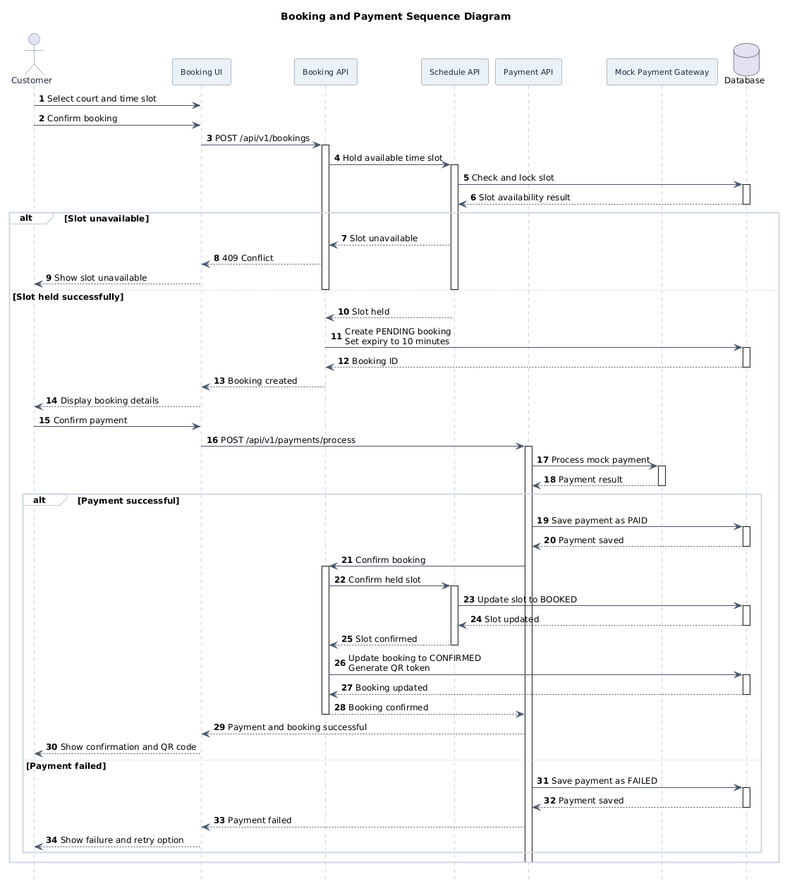
The PlantUML diagram docs/diagrams/sequence/booking_payment.png in NguyenLyBaoTran/sport-booking-courts-mobile, before a commit.
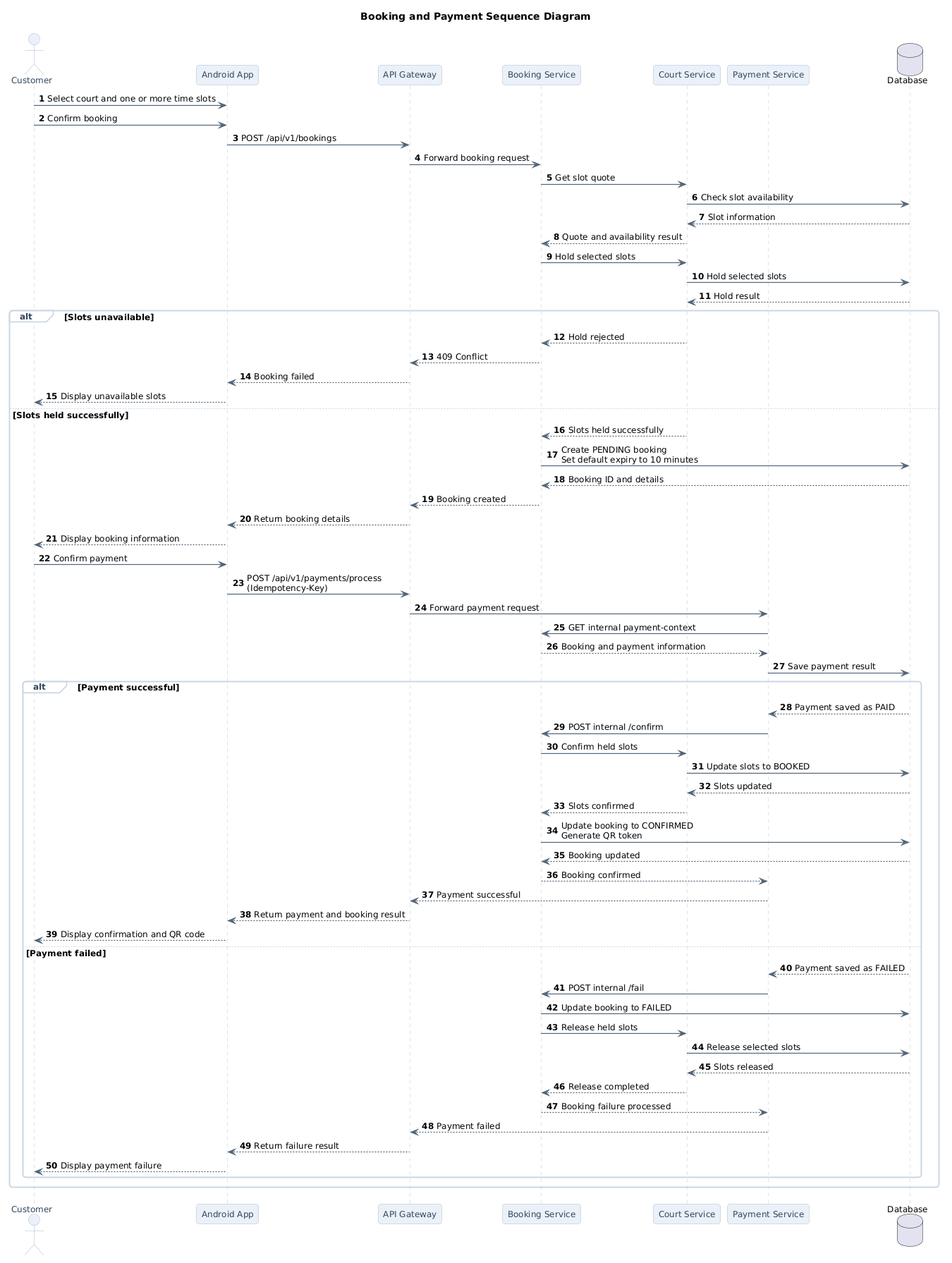
Above is the later version.

Commit message:
update usecase, sequence diagram

The edit, as a diff of the source:
```diff
@@ -1,129 +1,113 @@
 @startuml
 title Booking and Payment Sequence Diagram
 
-hide footbox
 autonumber
 
-<style>
-participant {
-    Padding 12
-    FontSize 11
-}
-database {
-    Padding 12
-    FontSize 11
-}
-</style>
-
+skinparam backgroundColor white
 skinparam shadowing false
+skinparam roundcorner 8
 skinparam defaultFontName Arial
 skinparam defaultFontSize 12
-skinparam linetype ortho
 
 skinparam sequence {
-    ArrowColor #475569
-    LifeLineBorderColor #94A3B8
+    ArrowColor #526477
+    ArrowThickness 1.2
+    LifeLineBorderColor #B8C7D9
     LifeLineBackgroundColor white
-    ParticipantBorderColor #64748B
-    ParticipantBackgroundColor #EAF2F8
-    ParticipantFontColor #1E293B
-    ParticipantFontSize 11
-    ActorBorderColor #64748B
-    ActorFontColor #1E293B
-    GroupBorderColor #CBD5E1
-    GroupBackgroundColor white
+    ParticipantBorderColor #AABBD0
+    ParticipantBackgroundColor #EAF1F8
+    ParticipantFontColor #34465A
+    ActorBorderColor #AABBD0
+    ActorBackgroundColor #EAF1F8
+    ActorFontColor #34465A
+    ActivationBorderColor #526477
+    ActivationBackgroundColor #E8EEF5
+    GroupBorderColor #C6D4E3
+    GroupBackgroundColor #F8FAFC
+    GroupHeaderFontColor #34465A
+    GroupHeaderFontStyle bold
+    DatabaseBorderColor #AABBD0
+    DatabaseBackgroundColor #F1F5F9
 }
 
 actor Customer
-participant "Booking UI" as UI
-participant "Booking API" as BA
-participant "Schedule API" as SA
-participant "Payment API" as PA
-participant "Mock Payment Gateway" as MPG
-database "Database" as DB
+participant "Android App" as App
+participant "API Gateway" as Gateway
+participant "Booking Service" as Booking
+participant "Court Service" as Court
+participant "Payment Service" as Payment
+database Database as DB
 
-Customer -> UI: Select court and time slot
-Customer -> UI: Confirm booking
+Customer -> App: Select court and one or more time slots
+Customer -> App: Confirm booking
 
-UI -> BA: POST /api/v1/bookings
-activate BA
+App -> Gateway: POST /api/v1/bookings
+Gateway -> Booking: Forward booking request
 
-BA -> SA: Hold available time slot
-activate SA
-SA -> DB: Check and lock slot
-activate DB
-DB --> SA: Slot availability result
-deactivate DB
+Booking -> Court: Get slot quote
+Court -> DB: Check slot availability
+DB --> Court: Slot information
+Court --> Booking: Quote and availability result
 
-alt Slot unavailable
-    SA --> BA: Slot unavailable
-    BA --> UI: 409 Conflict
-    UI --> Customer: Show slot unavailable
-    deactivate SA
-    deactivate BA
+Booking -> Court: Hold selected slots
+Court -> DB: Hold selected slots
+DB --> Court: Hold result
 
-else Slot held successfully
-    SA --> BA: Slot held
-    deactivate SA
+alt Slots unavailable
+    Court --> Booking: Hold rejected
+    Booking --> Gateway: 409 Conflict
+    Gateway --> App: Booking failed
+    App --> Customer: Display unavailable slots
 
-    BA -> DB: Create PENDING booking\nSet expiry to 10 minutes
-    activate DB
-    DB --> BA: Booking ID
-    deactivate DB
+else Slots held successfully
+    Court --> Booking: Slots held successfully
+    Booking -> DB: Create PENDING booking\nSet default expiry to 10 minutes
+    DB --> Booking: Booking ID and details
 
-    BA --> UI: Booking created
-    deactivate BA
+    Booking --> Gateway: Booking created
+    Gateway --> App: Return booking details
+    App --> Customer: Display booking information
 
-    UI --> Customer: Display booking details
-    Customer -> UI: Confirm payment
+    Customer -> App: Confirm payment
+    App -> Gateway: POST /api/v1/payments/process\n(Idempotency-Key)
+    Gateway -> Payment: Forward payment request
 
-    UI -> PA: POST /api/v1/payments/process
-    activate PA
+    Payment -> Booking: GET internal payment-context
+    Booking --> Payment: Booking and payment information
 
-    PA -> MPG: Process mock payment
-    activate MPG
-    MPG --> PA: Payment result
-    deactivate MPG
+    Payment -> DB: Save payment result
 
     alt Payment successful
-        PA -> DB: Save payment as PAID
-        activate DB
-        DB --> PA: Payment saved
-        deactivate DB
+        DB --> Payment: Payment saved as PAID
 
-        PA -> BA: Confirm booking
-        activate BA
+        Payment -> Booking: POST internal /confirm
+        Booking -> Court: Confirm held slots
+        Court -> DB: Update slots to BOOKED
+        DB --> Court: Slots updated
+        Court --> Booking: Slots confirmed
 
-        BA -> SA: Confirm held slot
-        activate SA
-        SA -> DB: Update slot to BOOKED
-        activate DB
-        DB --> SA: Slot updated
-        deactivate DB
-        SA --> BA: Slot confirmed
-        deactivate SA
+        Booking -> DB: Update booking to CONFIRMED\nGenerate QR token
+        DB --> Booking: Booking updated
 
-        BA -> DB: Update booking to CONFIRMED\nGenerate QR token
-        activate DB
-        DB --> BA: Booking updated
-        deactivate DB
-
-        BA --> PA: Booking confirmed
-        deactivate BA
-
-        PA --> UI: Payment and booking successful
-        UI --> Customer: Show confirmation and QR code
+        Booking --> Payment: Booking confirmed
+        Payment --> Gateway: Payment successful
+        Gateway --> App: Return payment and booking result
+        App --> Customer: Display confirmation and QR code
 
     else Payment failed
-        PA -> DB: Save payment as FAILED
-        activate DB
-        DB --> PA: Payment saved
-        deactivate DB
+        DB --> Payment: Payment saved as FAILED
 
-        PA --> UI: Payment failed
-        UI --> Customer: Show failure and retry option
+        Payment -> Booking: POST internal /fail
+        Booking -> DB: Update booking to FAILED
+        Booking -> Court: Release held slots
+        Court -> DB: Release selected slots
+        DB --> Court: Slots released
+        Court --> Booking: Release completed
+
+        Booking --> Payment: Booking failure processed
+        Payment --> Gateway: Payment failed
+        Gateway --> App: Return failure result
+        App --> Customer: Display payment failure
     end
-
-    deactivate PA
 end
 @enduml
```
